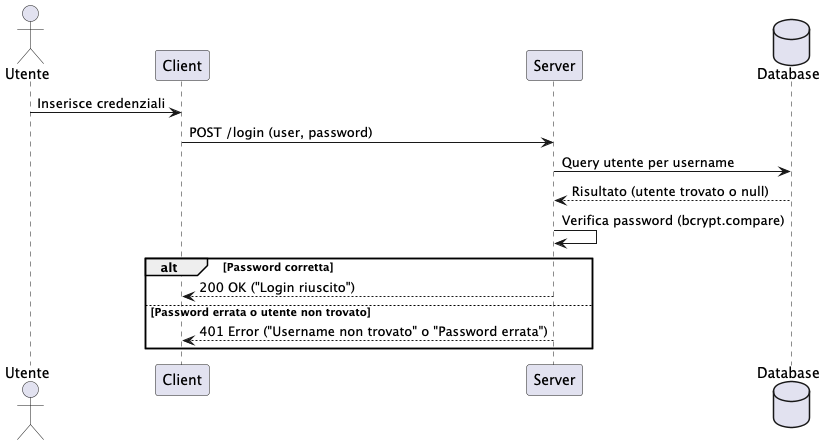
Before: sudokoop/UMLs/esports/Login.png, a diagram exported from PlantUML (alexsiroli/Sudokoop).
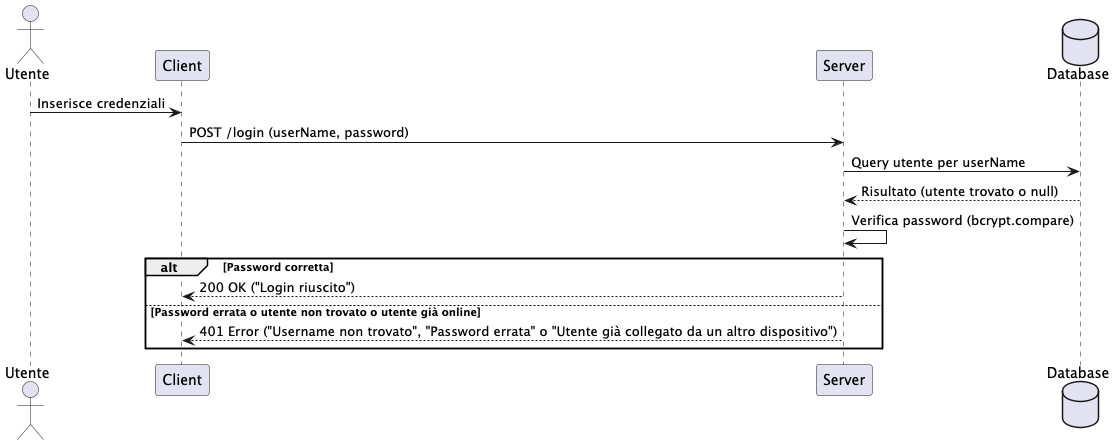
Above is the later version.

Diff of the diagram source:
```diff
@@ -5,13 +5,13 @@
 database "Database" as DB
 
 U -> C : Inserisce credenziali
-C -> S : POST /login (user, password)
-S -> DB : Query utente per username
+C -> S : POST /login (userName, password)
+S -> DB : Query utente per userName
 DB --> S : Risultato (utente trovato o null)
 S -> S : Verifica password (bcrypt.compare)
 alt Password corretta
     S --> C : 200 OK ("Login riuscito")
-else Password errata o utente non trovato
-    S --> C : 401 Error ("Username non trovato" o "Password errata")
+else Password errata o utente non trovato o utente già online
+    S --> C : 401 Error ("Username non trovato", "Password errata" o "Utente già collegato da un altro dispositivo")
 end
 @enduml
```
